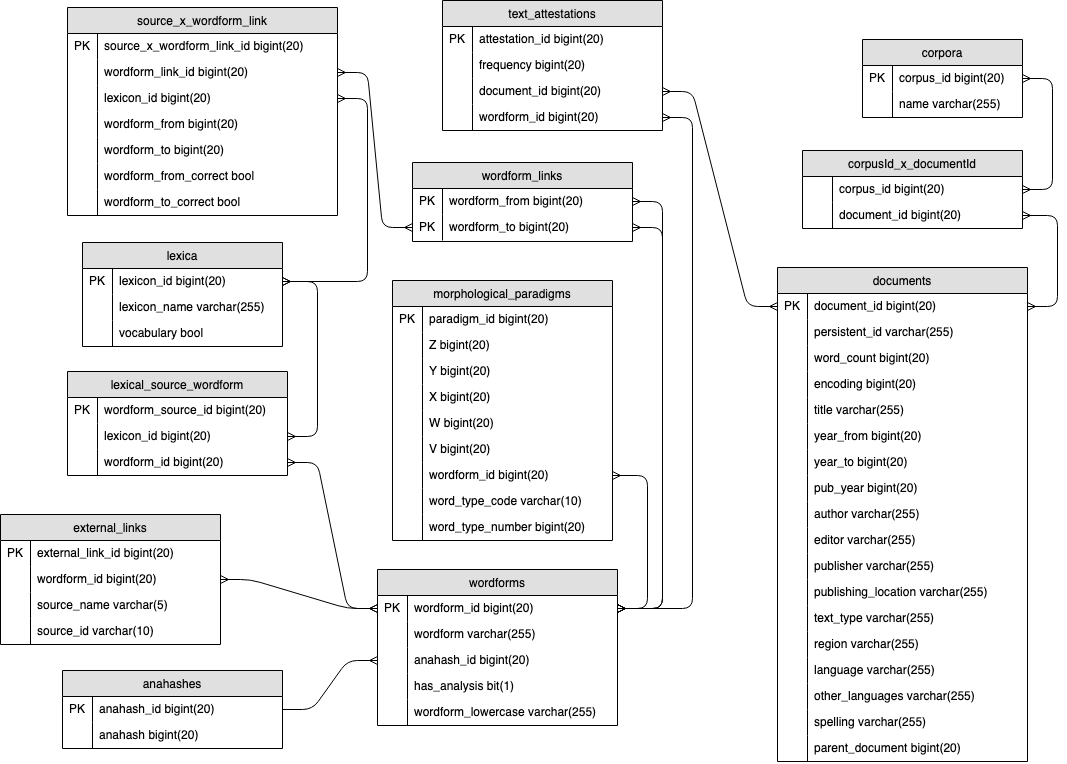
Before: img/ticclat.png, a diagram exported from draw.io (TICCLAT/docs). Source tidied: cells renumbered, new cells last; positions are measured from the earlier drawing's top-left corner, leaving out a move shared by most shapes.
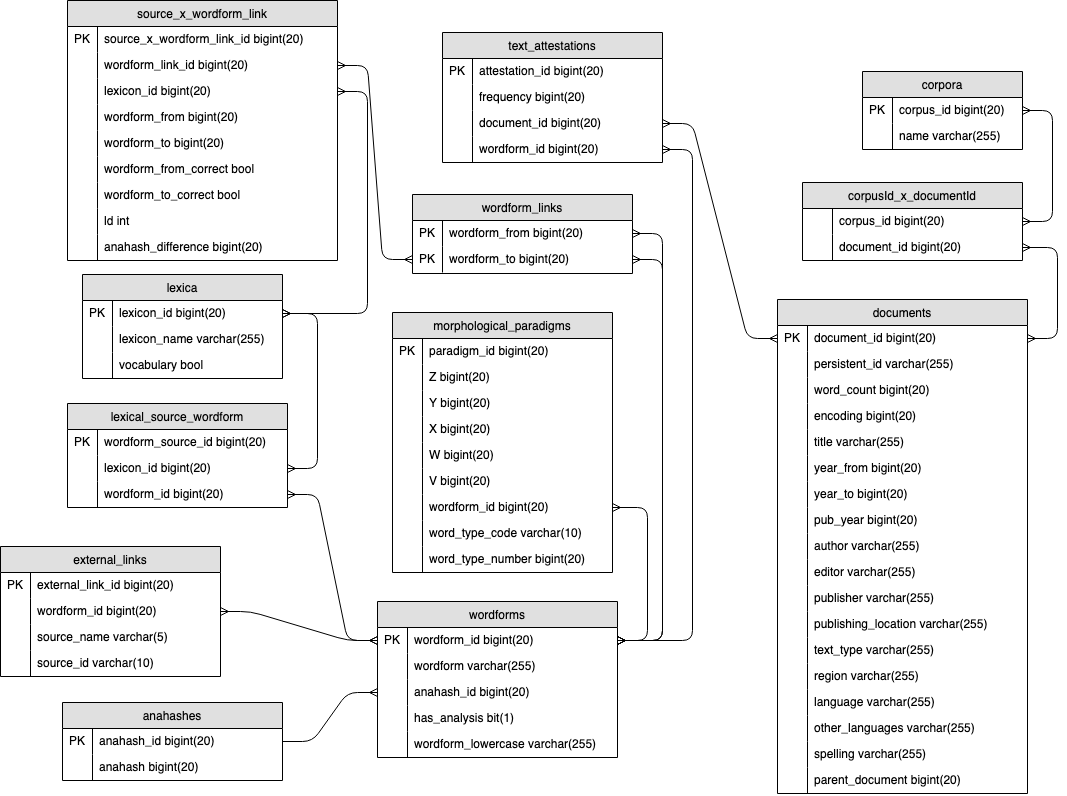
The same diagram one commit later.

Commit message:
Add ld and anahash_difference field to source_x_wordform_link

What changed in the source:
```diff
@@ -186,7 +186,7 @@
       <mxGeometry width="30" height="26" as="geometry" />
     </mxCell>
     <mxCell id="63" value="source_x_wordform_link" style="swimlane;fontStyle=0;horizontal=1;startSize=26;fillColor=#e0e0e0;swimlaneFillColor=#ffffff;align=center;" parent="1" vertex="1">
-      <mxGeometry x="67" y="7" width="270" height="208" as="geometry" />
+      <mxGeometry x="67" y="-32" width="270" height="260" as="geometry" />
     </mxCell>
     <mxCell id="64" value="source_x_wordform_link_id bigint(20)&#10;&#10; " style="shape=partialRectangle;top=0;left=0;right=0;bottom=0;align=left;verticalAlign=top;spacingTop=-2;fillColor=none;spacingLeft=34;spacingRight=4;overflow=hidden;" parent="63" vertex="1">
       <mxGeometry y="26" width="270" height="26" as="geometry" />
@@ -224,8 +224,20 @@
     <mxCell id="75" style="shape=partialRectangle;top=0;left=0;bottom=0;fillColor=none;align=left;verticalAlign=middle;spacingLeft=4;spacingRight=4;overflow=hidden;" parent="74" vertex="1">
       <mxGeometry width="30" height="26" as="geometry" />
     </mxCell>
+    <mxCell id="149" value="wordform_to_correct bool&#10;" style="shape=partialRectangle;top=0;left=0;right=0;bottom=0;align=left;verticalAlign=top;spacingTop=-2;fillColor=none;spacingLeft=34;spacingRight=4;overflow=hidden;" parent="63" vertex="1">
+      <mxGeometry y="182" width="270" height="26" as="geometry" />
+    </mxCell>
+    <mxCell id="150" style="shape=partialRectangle;top=0;left=0;bottom=0;fillColor=none;align=left;verticalAlign=middle;spacingLeft=4;spacingRight=4;overflow=hidden;" parent="149" vertex="1">
+      <mxGeometry width="30" height="26" as="geometry" />
+    </mxCell>
+    <mxCell id="151" value="ld int&#10;" style="shape=partialRectangle;top=0;left=0;right=0;bottom=0;align=left;verticalAlign=top;spacingTop=-2;fillColor=none;spacingLeft=34;spacingRight=4;overflow=hidden;" parent="63" vertex="1">
+      <mxGeometry y="208" width="270" height="26" as="geometry" />
+    </mxCell>
+    <mxCell id="152" style="shape=partialRectangle;top=0;left=0;bottom=0;fillColor=none;align=left;verticalAlign=middle;spacingLeft=4;spacingRight=4;overflow=hidden;" parent="151" vertex="1">
+      <mxGeometry width="30" height="26" as="geometry" />
+    </mxCell>
-    <mxCell id="76" value="wordform_to_correct bool&#10;" style="shape=partialRectangle;top=0;left=0;right=0;bottom=0;align=left;verticalAlign=top;spacingTop=-2;fillColor=none;spacingLeft=34;spacingRight=4;overflow=hidden;" parent="63" vertex="1">
-      <mxGeometry y="182" width="270" height="26" as="geometry" />
+    <mxCell id="76" value="anahash_difference bigint(20)&#10;" style="shape=partialRectangle;top=0;left=0;right=0;bottom=0;align=left;verticalAlign=top;spacingTop=-2;fillColor=none;spacingLeft=34;spacingRight=4;overflow=hidden;" parent="63" vertex="1">
+      <mxGeometry y="234" width="270" height="26" as="geometry" />
     </mxCell>
     <mxCell id="77" style="shape=partialRectangle;top=0;left=0;bottom=0;fillColor=none;align=left;verticalAlign=middle;spacingLeft=4;spacingRight=4;overflow=hidden;" parent="76" vertex="1">
       <mxGeometry width="30" height="26" as="geometry" />
```
